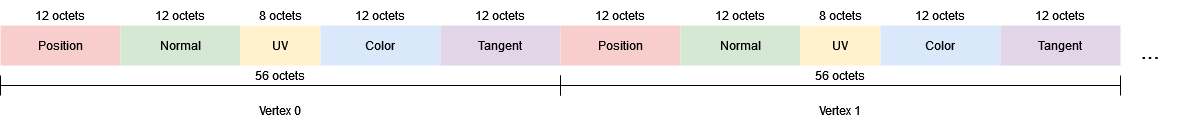
ZaOniRinku/TutorielVulkanFR keeps this draw.io diagram as partie1/6/images/vertex_ecart.png. Above is the earlier version. Source tidied: cells renumbered, new cells last; positions are measured from the earlier drawing's top-left corner, leaving out a move shared by most shapes.
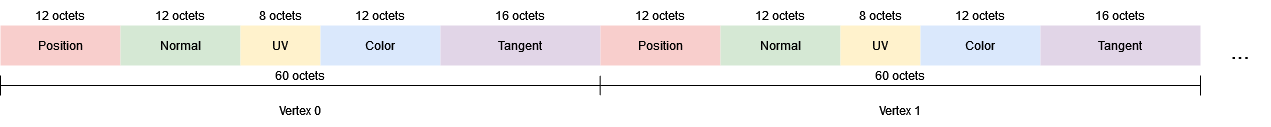
The same file after the commit.

Commit message:
Correction de la taille des tangentes sur une image

Change to the diagram source:
```diff
@@ -15,7 +15,7 @@
       <mxGeometry x="320" y="25" width="120" height="40" as="geometry" />
     </mxCell>
     <mxCell id="6" style="rounded=0;whiteSpace=wrap;html=1;fillColor=#e1d5e7;strokeColor=none;" parent="1" vertex="1">
-      <mxGeometry x="440" y="25" width="120" height="40" as="geometry" />
+      <mxGeometry x="440" y="25" width="160" height="40" as="geometry" />
     </mxCell>
     <mxCell id="7" value="Position" style="text;html=1;strokeColor=none;fillColor=none;align=center;verticalAlign=middle;whiteSpace=wrap;rounded=0;" parent="1" vertex="1">
       <mxGeometry x="30" y="30" width="60" height="30" as="geometry" />
@@ -30,12 +30,12 @@
       <mxGeometry x="350" y="30" width="60" height="30" as="geometry" />
     </mxCell>
     <mxCell id="11" value="Tangent" style="text;html=1;strokeColor=none;fillColor=none;align=center;verticalAlign=middle;whiteSpace=wrap;rounded=0;" parent="1" vertex="1">
-      <mxGeometry x="470" y="30" width="60" height="30" as="geometry" />
+      <mxGeometry x="490" y="30" width="60" height="30" as="geometry" />
     </mxCell>
     <mxCell id="12" style="endArrow=none;html=1;rounded=0;" parent="1" edge="1">
       <mxGeometry relative="1" as="geometry">
         <mxPoint y="85" as="sourcePoint" />
-        <mxPoint x="560" y="85" as="targetPoint" />
+        <mxPoint x="600" y="85" as="targetPoint" />
       </mxGeometry>
     </mxCell>
     <mxCell id="13" style="endArrow=none;html=1;rounded=0;" parent="1" edge="1">
@@ -44,12 +44,6 @@
         <mxPoint y="75" as="targetPoint" />
       </mxGeometry>
     </mxCell>
-    <mxCell id="14" style="endArrow=none;html=1;rounded=0;" parent="1" edge="1">
-      <mxGeometry y="-310" relative="1" as="geometry">
-        <mxPoint x="560" y="95" as="sourcePoint" />
-        <mxPoint x="560" y="75" as="targetPoint" />
-      </mxGeometry>
-    </mxCell>
     <mxCell id="15" value="12 octets" style="text;html=1;strokeColor=none;fillColor=none;align=center;verticalAlign=middle;whiteSpace=wrap;rounded=0;" parent="1" vertex="1">
       <mxGeometry x="30" width="60" height="30" as="geometry" />
     </mxCell>
@@ -62,86 +56,86 @@
     <mxCell id="18" value="12 octets" style="text;html=1;strokeColor=none;fillColor=none;align=center;verticalAlign=middle;whiteSpace=wrap;rounded=0;" parent="1" vertex="1">
       <mxGeometry x="350" width="60" height="30" as="geometry" />
     </mxCell>
-    <mxCell id="19" value="12 octets" style="text;html=1;strokeColor=none;fillColor=none;align=center;verticalAlign=middle;whiteSpace=wrap;rounded=0;" parent="1" vertex="1">
-      <mxGeometry x="470" width="60" height="30" as="geometry" />
+    <mxCell id="19" value="16 octets" style="text;html=1;strokeColor=none;fillColor=none;align=center;verticalAlign=middle;whiteSpace=wrap;rounded=0;" parent="1" vertex="1">
+      <mxGeometry x="490" width="60" height="30" as="geometry" />
     </mxCell>
-    <mxCell id="20" value="56 octets" style="text;html=1;strokeColor=none;fillColor=none;align=center;verticalAlign=middle;whiteSpace=wrap;rounded=0;" parent="1" vertex="1">
-      <mxGeometry x="250" y="60" width="60" height="30" as="geometry" />
+    <mxCell id="20" value="60 octets" style="text;html=1;strokeColor=none;fillColor=none;align=center;verticalAlign=middle;whiteSpace=wrap;rounded=0;" parent="1" vertex="1">
+      <mxGeometry x="270" y="60" width="60" height="30" as="geometry" />
     </mxCell>
     <mxCell id="21" value="Vertex 0" style="text;html=1;strokeColor=none;fillColor=none;align=center;verticalAlign=middle;whiteSpace=wrap;rounded=0;" parent="1" vertex="1">
-      <mxGeometry x="250" y="95" width="60" height="30" as="geometry" />
+      <mxGeometry x="270" y="95" width="60" height="30" as="geometry" />
     </mxCell>
     <mxCell id="22" style="rounded=0;whiteSpace=wrap;html=1;fillColor=#f8cecc;strokeColor=none;" parent="1" vertex="1">
-      <mxGeometry x="560" y="25" width="120" height="40" as="geometry" />
+      <mxGeometry x="600" y="25" width="120" height="40" as="geometry" />
     </mxCell>
     <mxCell id="23" style="rounded=0;whiteSpace=wrap;html=1;fillColor=#d5e8d4;strokeColor=none;" parent="1" vertex="1">
-      <mxGeometry x="680" y="25" width="120" height="40" as="geometry" />
+      <mxGeometry x="720" y="25" width="120" height="40" as="geometry" />
     </mxCell>
     <mxCell id="24" style="rounded=0;whiteSpace=wrap;html=1;fillColor=#fff2cc;strokeColor=none;" parent="1" vertex="1">
-      <mxGeometry x="800" y="25" width="80" height="40" as="geometry" />
+      <mxGeometry x="840" y="25" width="80" height="40" as="geometry" />
     </mxCell>
     <mxCell id="25" style="rounded=0;whiteSpace=wrap;html=1;fillColor=#dae8fc;strokeColor=none;" parent="1" vertex="1">
-      <mxGeometry x="880" y="25" width="120" height="40" as="geometry" />
+      <mxGeometry x="920" y="25" width="120" height="40" as="geometry" />
     </mxCell>
     <mxCell id="26" style="rounded=0;whiteSpace=wrap;html=1;fillColor=#e1d5e7;strokeColor=none;" parent="1" vertex="1">
-      <mxGeometry x="1000" y="25" width="120" height="40" as="geometry" />
+      <mxGeometry x="1040" y="25" width="160" height="40" as="geometry" />
     </mxCell>
     <mxCell id="27" value="Position" style="text;html=1;strokeColor=none;fillColor=none;align=center;verticalAlign=middle;whiteSpace=wrap;rounded=0;" parent="1" vertex="1">
-      <mxGeometry x="590" y="30" width="60" height="30" as="geometry" />
+      <mxGeometry x="630" y="30" width="60" height="30" as="geometry" />
     </mxCell>
     <mxCell id="28" value="Normal" style="text;html=1;strokeColor=none;fillColor=none;align=center;verticalAlign=middle;whiteSpace=wrap;rounded=0;" parent="1" vertex="1">
-      <mxGeometry x="710" y="30" width="60" height="30" as="geometry" />
+      <mxGeometry x="750" y="30" width="60" height="30" as="geometry" />
     </mxCell>
     <mxCell id="29" value="UV" style="text;html=1;strokeColor=none;fillColor=none;align=center;verticalAlign=middle;whiteSpace=wrap;rounded=0;" parent="1" vertex="1">
-      <mxGeometry x="810" y="30" width="60" height="30" as="geometry" />
+      <mxGeometry x="850" y="30" width="60" height="30" as="geometry" />
     </mxCell>
     <mxCell id="30" value="Color" style="text;html=1;strokeColor=none;fillColor=none;align=center;verticalAlign=middle;whiteSpace=wrap;rounded=0;" parent="1" vertex="1">
-      <mxGeometry x="910" y="30" width="60" height="30" as="geometry" />
+      <mxGeometry x="950" y="30" width="60" height="30" as="geometry" />
     </mxCell>
     <mxCell id="31" value="Tangent" style="text;html=1;strokeColor=none;fillColor=none;align=center;verticalAlign=middle;whiteSpace=wrap;rounded=0;" parent="1" vertex="1">
-      <mxGeometry x="1030" y="30" width="60" height="30" as="geometry" />
+      <mxGeometry x="1090" y="30" width="60" height="30" as="geometry" />
     </mxCell>
     <mxCell id="32" style="endArrow=none;html=1;rounded=0;" parent="1" edge="1">
       <mxGeometry relative="1" as="geometry">
-        <mxPoint x="560" y="85" as="sourcePoint" />
-        <mxPoint x="1120" y="85" as="targetPoint" />
+        <mxPoint x="600" y="85" as="sourcePoint" />
+        <mxPoint x="1200" y="85" as="targetPoint" />
       </mxGeometry>
     </mxCell>
     <mxCell id="33" style="endArrow=none;html=1;rounded=0;" parent="1" edge="1">
       <mxGeometry relative="1" as="geometry">
-        <mxPoint x="560" y="95" as="sourcePoint" />
-        <mxPoint x="560" y="75" as="targetPoint" />
+        <mxPoint x="599.7" y="95" as="sourcePoint" />
+        <mxPoint x="599.7" y="75" as="targetPoint" />
       </mxGeometry>
     </mxCell>
     <mxCell id="34" style="endArrow=none;html=1;rounded=0;" parent="1" edge="1">
       <mxGeometry y="-310" relative="1" as="geometry">
-        <mxPoint x="1120" y="95" as="sourcePoint" />
-        <mxPoint x="1120" y="75" as="targetPoint" />
+        <mxPoint x="1200" y="95" as="sourcePoint" />
+        <mxPoint x="1200" y="75" as="targetPoint" />
       </mxGeometry>
     </mxCell>
     <mxCell id="35" value="12 octets" style="text;html=1;strokeColor=none;fillColor=none;align=center;verticalAlign=middle;whiteSpace=wrap;rounded=0;" parent="1" vertex="1">
-      <mxGeometry x="590" width="60" height="30" as="geometry" />
+      <mxGeometry x="630" width="60" height="30" as="geometry" />
     </mxCell>
     <mxCell id="36" value="12 octets" style="text;html=1;strokeColor=none;fillColor=none;align=center;verticalAlign=middle;whiteSpace=wrap;rounded=0;" parent="1" vertex="1">
-      <mxGeometry x="710" width="60" height="30" as="geometry" />
+      <mxGeometry x="750" width="60" height="30" as="geometry" />
     </mxCell>
     <mxCell id="37" value="8 octets" style="text;html=1;strokeColor=none;fillColor=none;align=center;verticalAlign=middle;whiteSpace=wrap;rounded=0;" parent="1" vertex="1">
-      <mxGeometry x="810" width="60" height="30" as="geometry" />
+      <mxGeometry x="850" width="60" height="30" as="geometry" />
     </mxCell>
     <mxCell id="38" value="12 octets" style="text;html=1;strokeColor=none;fillColor=none;align=center;verticalAlign=middle;whiteSpace=wrap;rounded=0;" parent="1" vertex="1">
-      <mxGeometry x="910" width="60" height="30" as="geometry" />
+      <mxGeometry x="950" width="60" height="30" as="geometry" />
     </mxCell>
-    <mxCell id="39" value="12 octets" style="text;html=1;strokeColor=none;fillColor=none;align=center;verticalAlign=middle;whiteSpace=wrap;rounded=0;" parent="1" vertex="1">
-      <mxGeometry x="1030" width="60" height="30" as="geometry" />
+    <mxCell id="39" value="16 octets" style="text;html=1;strokeColor=none;fillColor=none;align=center;verticalAlign=middle;whiteSpace=wrap;rounded=0;" parent="1" vertex="1">
+      <mxGeometry x="1090" width="60" height="30" as="geometry" />
     </mxCell>
-    <mxCell id="40" value="56 octets" style="text;html=1;strokeColor=none;fillColor=none;align=center;verticalAlign=middle;whiteSpace=wrap;rounded=0;" parent="1" vertex="1">
-      <mxGeometry x="810" y="60" width="60" height="30" as="geometry" />
+    <mxCell id="40" value="60 octets" style="text;html=1;strokeColor=none;fillColor=none;align=center;verticalAlign=middle;whiteSpace=wrap;rounded=0;" parent="1" vertex="1">
+      <mxGeometry x="870" y="60" width="60" height="30" as="geometry" />
     </mxCell>
     <mxCell id="41" value="Vertex 1" style="text;html=1;strokeColor=none;fillColor=none;align=center;verticalAlign=middle;whiteSpace=wrap;rounded=0;" parent="1" vertex="1">
-      <mxGeometry x="810" y="95" width="60" height="30" as="geometry" />
+      <mxGeometry x="870" y="95" width="60" height="30" as="geometry" />
     </mxCell>
     <mxCell id="42" value="&lt;font style=&quot;font-size: 23px;&quot;&gt;...&lt;/font&gt;" style="text;html=1;strokeColor=none;fillColor=none;align=center;verticalAlign=middle;whiteSpace=wrap;rounded=0;" parent="1" vertex="1">
-      <mxGeometry x="1120" y="35" width="60" height="30" as="geometry" />
+      <mxGeometry x="1210" y="35" width="60" height="30" as="geometry" />
     </mxCell>
   </root>
 </mxGraphModel>
```
